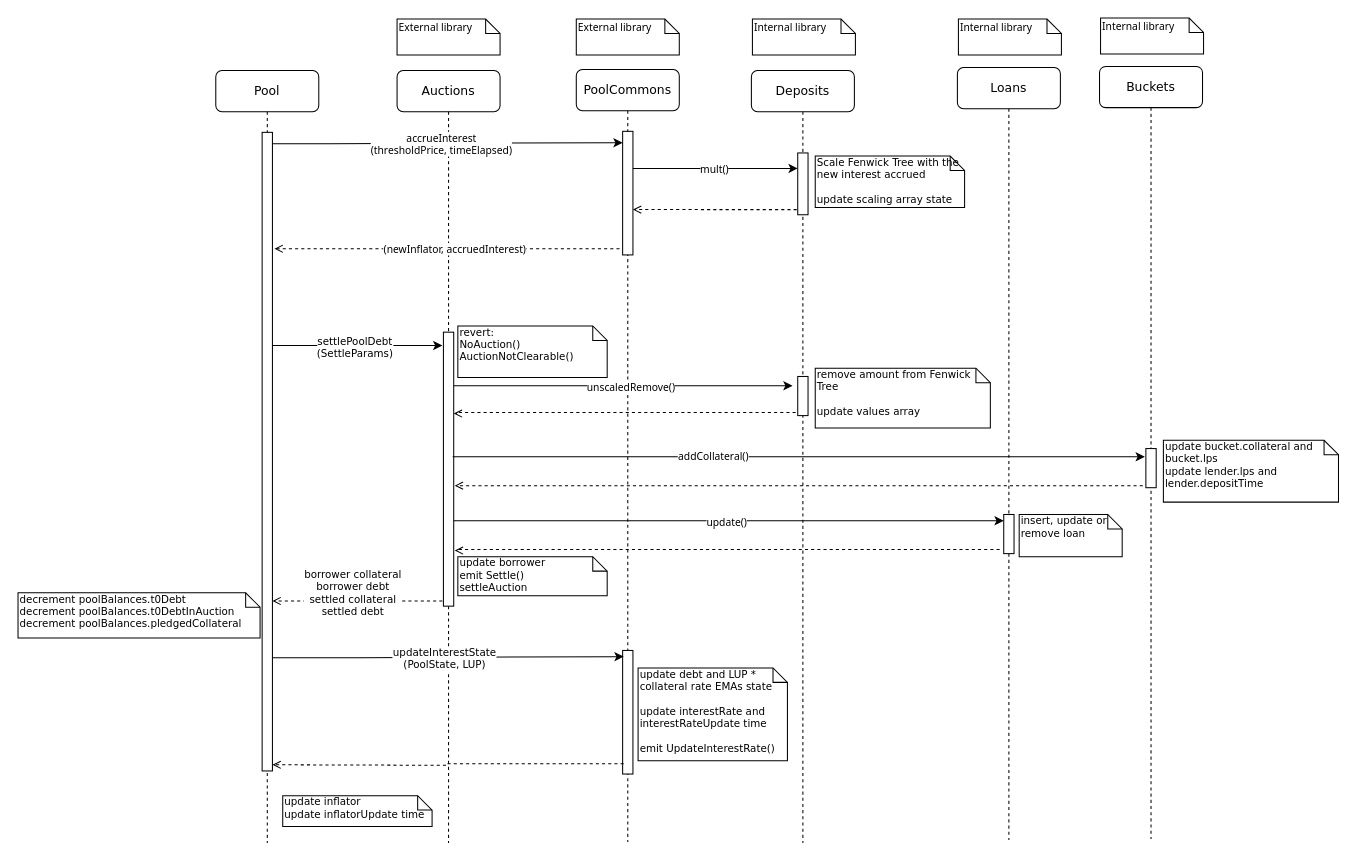
This is docs/drawio/settle.drawio from ajna-finance/ajna-core, a draw.io file, before an edit. Source tidied: cells renumbered, new cells numbered last; positions are measured from the earlier drawing's top-left corner, leaving out a move shared by most shapes. Both pictures are drawn from the tidied source at 103%, with x=0, y=0 at pixel (18, 18).
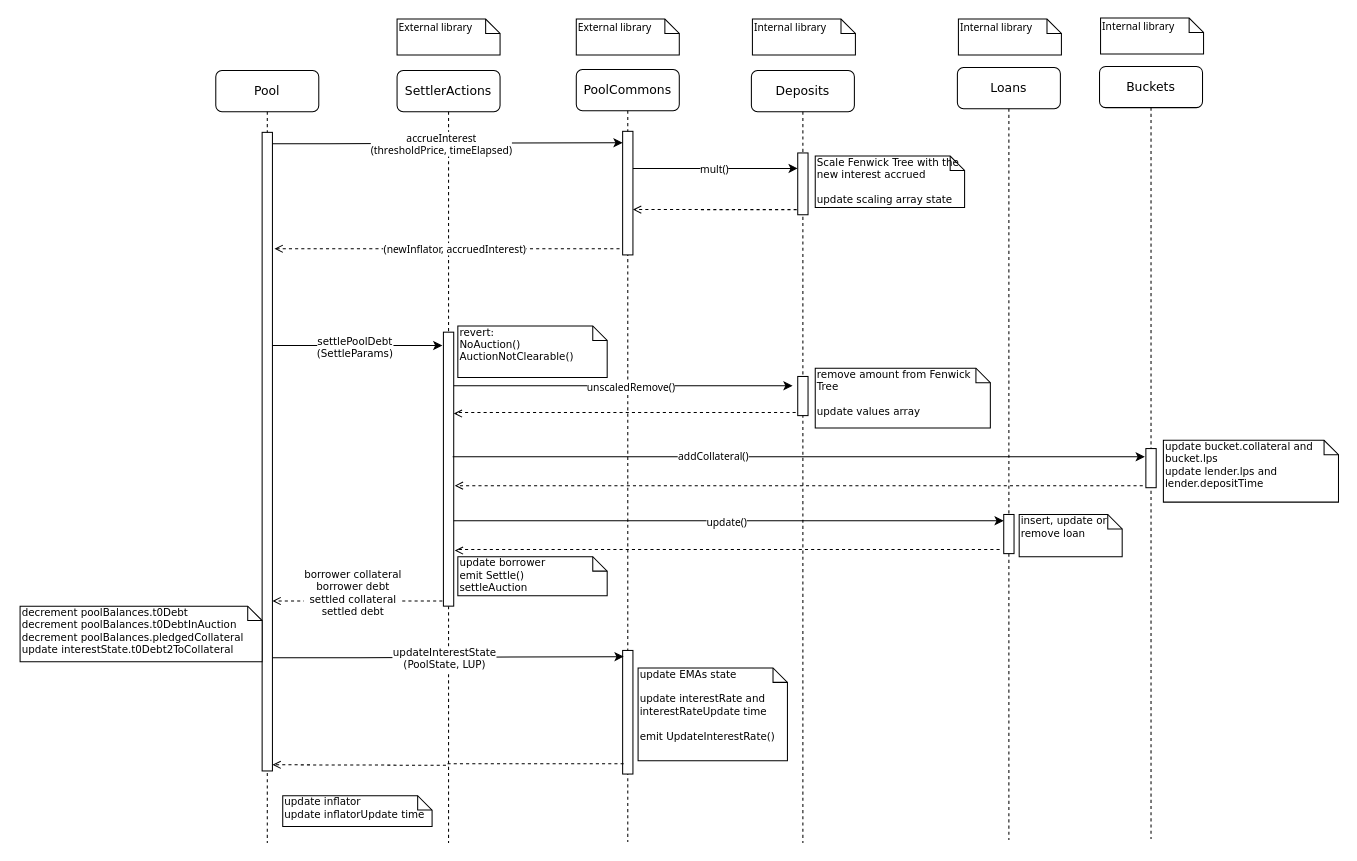
After the change.

Diff of the diagram source:
```diff
@@
-    <mxCell id="2" value="Auctions" style="shape=umlLifeline;perimeter=lifelinePerimeter;whiteSpace=wrap;html=1;rounded=1;shadow=0;comic=0;labelBackgroundColor=none;strokeWidth=1;fontFamily=Verdana;fontSize=12;align=center;" parent="1" vertex="1">
+    <mxCell id="2" value="SettlerActions" style="shape=umlLifeline;perimeter=lifelinePerimeter;whiteSpace=wrap;html=1;rounded=1;shadow=0;comic=0;labelBackgroundColor=none;strokeWidth=1;fontFamily=Verdana;fontSize=12;align=center;" parent="1" vertex="1">
       <mxGeometry x="368" y="51" width="100" height="750" as="geometry" />
     </mxCell>
@@
-    <mxCell id="25" value="decrement poolBalances.t0Debt&lt;br&gt;decrement poolBalances.t0DebtInAuction&lt;br&gt;decrement poolBalances.pledgedCollateral" style="shape=note;whiteSpace=wrap;html=1;size=14;verticalAlign=top;align=left;spacingTop=-6;rounded=0;shadow=0;comic=0;labelBackgroundColor=none;strokeWidth=1;fontFamily=Verdana;fontSize=10;" parent="1" vertex="1">
-      <mxGeometry y="558" width="235" height="44" as="geometry" />
-    </mxCell>
@@
-    <mxCell id="30" value="&lt;div&gt;update debt and LUP * collateral rate EMAs state&lt;/div&gt;&lt;div&gt;&lt;br&gt;&lt;/div&gt;&lt;div&gt;update interestRate and interestRateUpdate time&lt;br&gt;&lt;/div&gt;&lt;div&gt;&lt;br&gt;&lt;/div&gt;&lt;div&gt;emit UpdateInterestRate()&lt;br&gt;&lt;/div&gt;" style="shape=note;whiteSpace=wrap;html=1;size=14;verticalAlign=top;align=left;spacingTop=-6;rounded=0;shadow=0;comic=0;labelBackgroundColor=none;strokeWidth=1;fontFamily=Verdana;fontSize=10;" parent="1" vertex="1">
+    <mxCell id="30" value="&lt;div&gt;update EMAs state&lt;/div&gt;&lt;div&gt;&lt;br&gt;&lt;/div&gt;&lt;div&gt;update interestRate and interestRateUpdate time&lt;br&gt;&lt;/div&gt;&lt;div&gt;&lt;br&gt;&lt;/div&gt;&lt;div&gt;emit UpdateInterestRate()&lt;br&gt;&lt;/div&gt;" style="shape=note;whiteSpace=wrap;html=1;size=14;verticalAlign=top;align=left;spacingTop=-6;rounded=0;shadow=0;comic=0;labelBackgroundColor=none;strokeWidth=1;fontFamily=Verdana;fontSize=10;" parent="1" vertex="1">
       <mxGeometry x="602" y="631" width="145" height="90" as="geometry" />
     </mxCell>
@@
+    <mxCell id="53" value="decrement poolBalances.t0Debt&lt;br&gt;decrement poolBalances.t0DebtInAuction&lt;br&gt;&lt;div&gt;decrement poolBalances.pledgedCollateral&lt;/div&gt;&lt;div&gt;update interestState.t0Debt2ToCollateral&lt;br&gt;&lt;/div&gt;" style="shape=note;whiteSpace=wrap;html=1;size=14;verticalAlign=top;align=left;spacingTop=-6;rounded=0;shadow=0;comic=0;labelBackgroundColor=none;strokeWidth=1;fontFamily=Verdana;fontSize=10;" parent="1" vertex="1">
+      <mxGeometry x="2" y="571" width="235" height="54" as="geometry" />
+    </mxCell>
```
